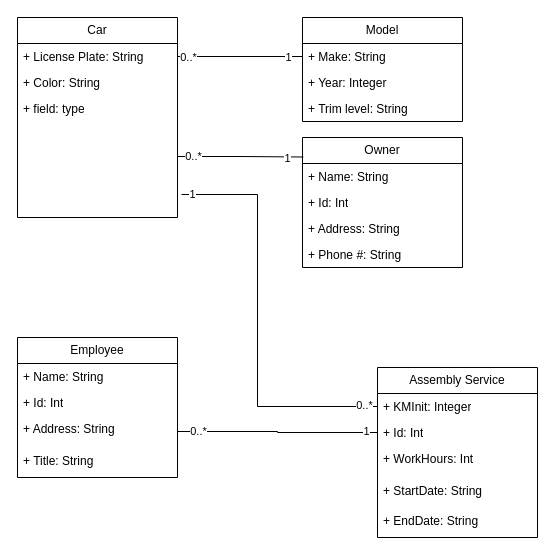
Before: 4314ass1parta.drawio in DylanBriSmith/4313Drawings, a draw.io diagram. Source tidied: cells renumbered, new cells numbered last; positions are measured from the earlier drawing's top-left corner, leaving out a move shared by most shapes. Both pictures are drawn from the tidied source at 100%, with x=0, y=0 at pixel (17, 17).
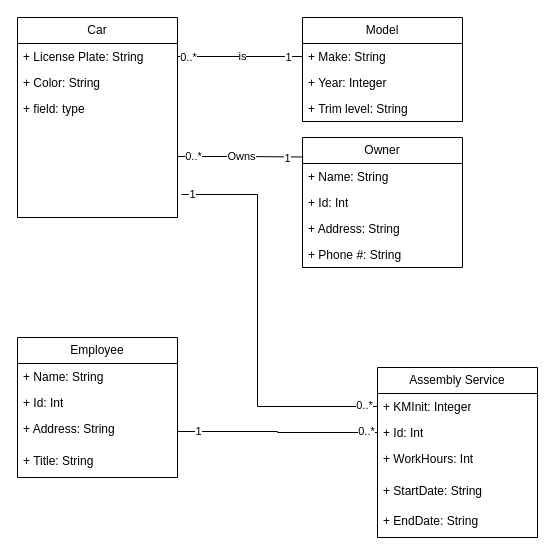
The same diagram, later.

Unchanged cells that the change refers to:
```xml
<mxCell id="10" style="edgeStyle=orthogonalEdgeStyle;rounded=0;jettySize=auto;html=1;entryX=0;entryY=0.5;entryDx=0;entryDy=0;endArrow=none;endFill=0;" parent="1" edge="1" source="3" target="7">
  <mxGeometry relative="1" as="geometry" />
</mxCell>
<mxCell id="18" value="1" style="edgeStyle=orthogonalEdgeStyle;rounded=0;jettySize=auto;html=1;endArrow=none;endFill=0;entryX=0.005;entryY=0.15;entryDx=0;entryDy=0;entryPerimeter=0;" parent="1" edge="1" source="5" target="13">
  <mxGeometry x="0.74" y="-1" relative="1" as="geometry" />
</mxCell>
<mxCell id="31" style="edgeStyle=orthogonalEdgeStyle;rounded=0;jettySize=auto;html=1;entryX=0;entryY=0.5;entryDx=0;entryDy=0;endArrow=none;endFill=0;" parent="1" edge="1" source="23" target="27">
  <mxGeometry relative="1" as="geometry" />
</mxCell>
```

Diff of the diagram source:
```diff
@@
+    <mxCell id="37" value="is" style="edgeLabel;html=1;align=center;verticalAlign=middle;" parent="10" vertex="1">
+      <mxGeometry x="0.03" y="1" relative="1" as="geometry" />
+    </mxCell>
@@
+    <mxCell id="38" value="Owns" style="edgeLabel;html=1;align=center;verticalAlign=middle;" parent="18" vertex="1">
+      <mxGeometry x="0.02" y="1" relative="1" as="geometry" />
+    </mxCell>
@@
-    <mxCell id="32" value="1" style="edgeLabel;html=1;align=center;verticalAlign=middle;" parent="31" vertex="1">
+    <mxCell id="32" value="0..*" style="edgeLabel;html=1;align=center;verticalAlign=middle;" parent="31" vertex="1">
       <mxGeometry x="0.88" y="2" relative="1" as="geometry" />
     </mxCell>
-    <mxCell id="33" value="0..*" style="edgeLabel;html=1;align=center;verticalAlign=middle;" parent="31" vertex="1">
+    <mxCell id="33" value="1" style="edgeLabel;html=1;align=center;verticalAlign=middle;" parent="31" vertex="1">
       <mxGeometry x="-0.9" y="1" relative="1" as="geometry">
         <mxPoint x="10" as="offset" />
       </mxGeometry>
     </mxCell>
```
